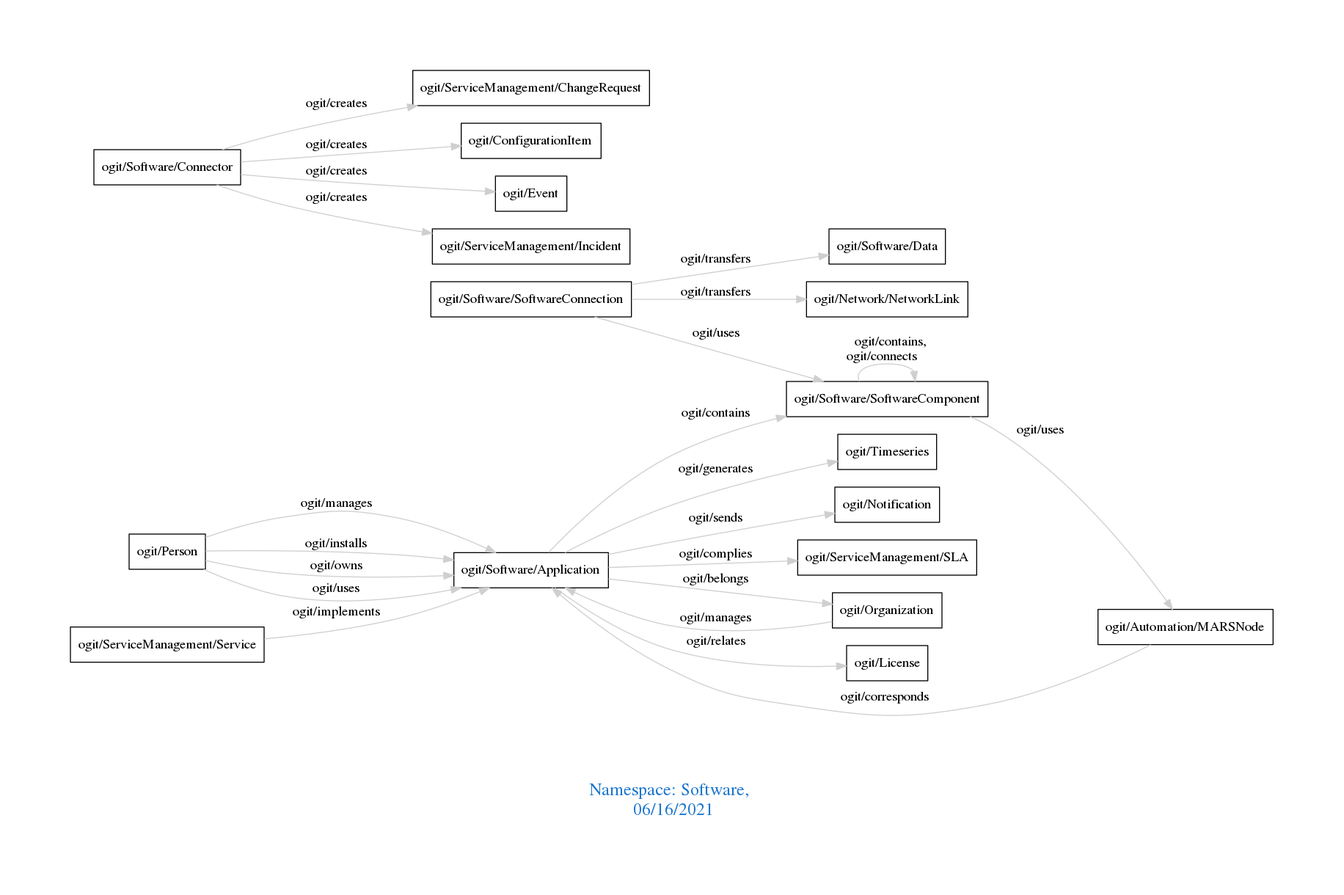
Above: downloads/Software.png in arago/OGIT (Graphviz), before the change. Its source is kept beside it as downloads/Software.dot.
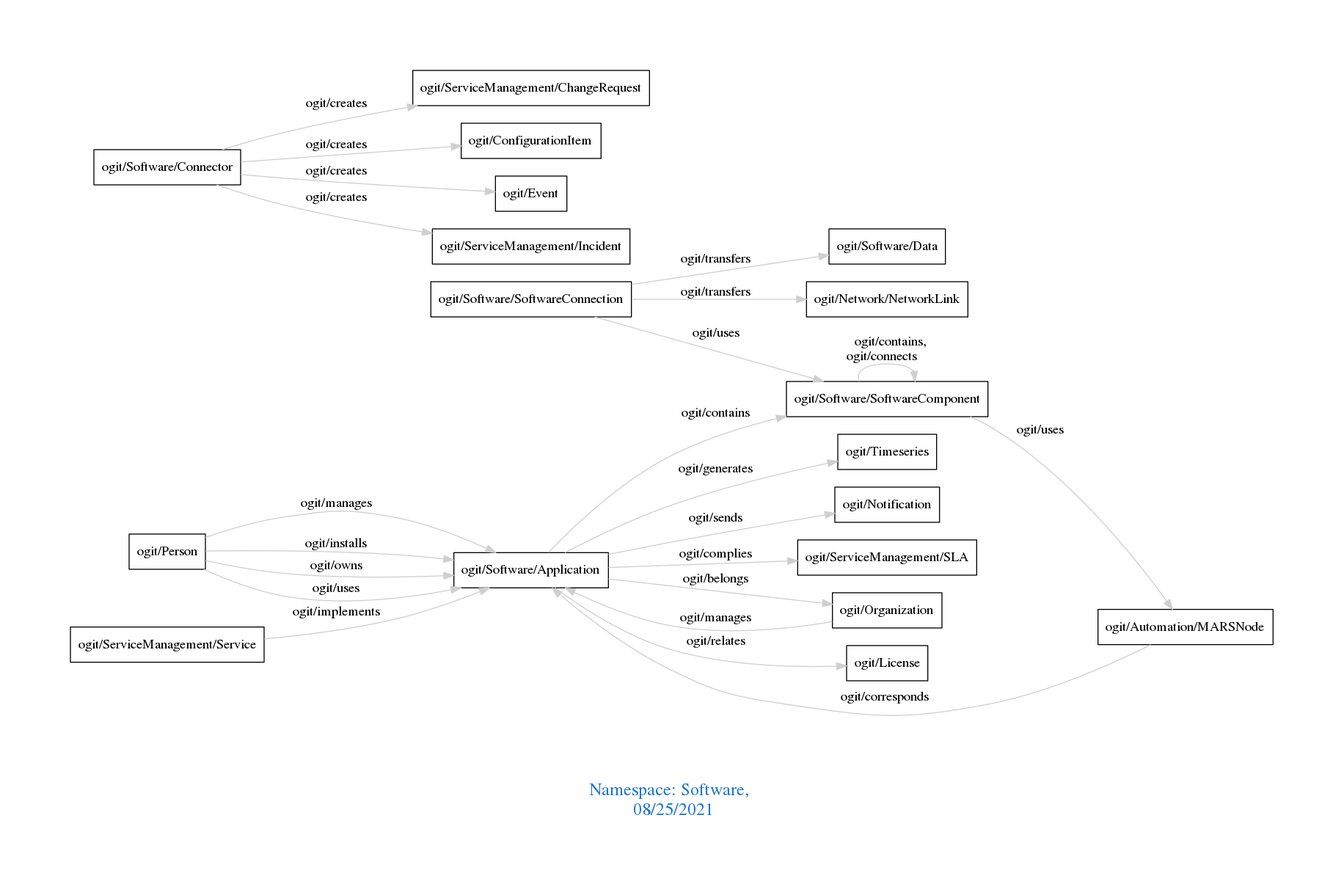
The same diagram one commit later.

The edit, as a diff of the source:
```diff
@@ -1,7 +1,7 @@
 digraph OGIT_ontology {
  graph [ rankdir= LR,pad=1
 fontsize = 18,
-fontcolor= dodgerblue3,label = "\n\n\nNamespace: Software, \n 06/16/2021"];
+fontcolor= dodgerblue3,label = "\n\n\nNamespace: Software, \n 08/25/2021"];
 node[shape=polygon];
 edge [  color="gray81"];
 
```
